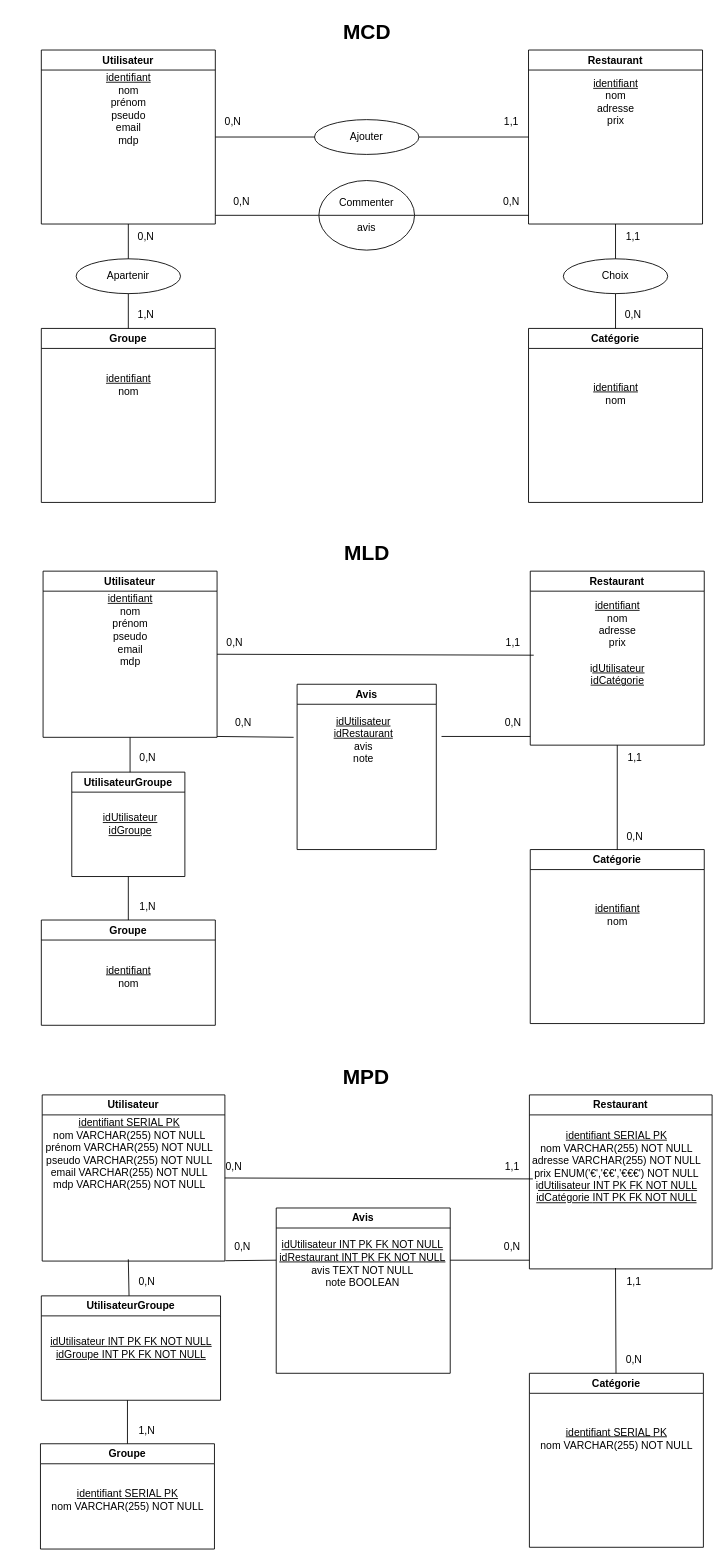
JeromeC7/LesRestoDesPotos keeps this draw.io diagram as filRouge.drawio. Above is the earlier version. Source tidied: cells renumbered, new cells numbered last; positions are measured from the earlier drawing's top-left corner, leaving out a move shared by most shapes. Both pictures are drawn from the tidied source at 87%, with x=0, y=0 at pixel (33, 15).
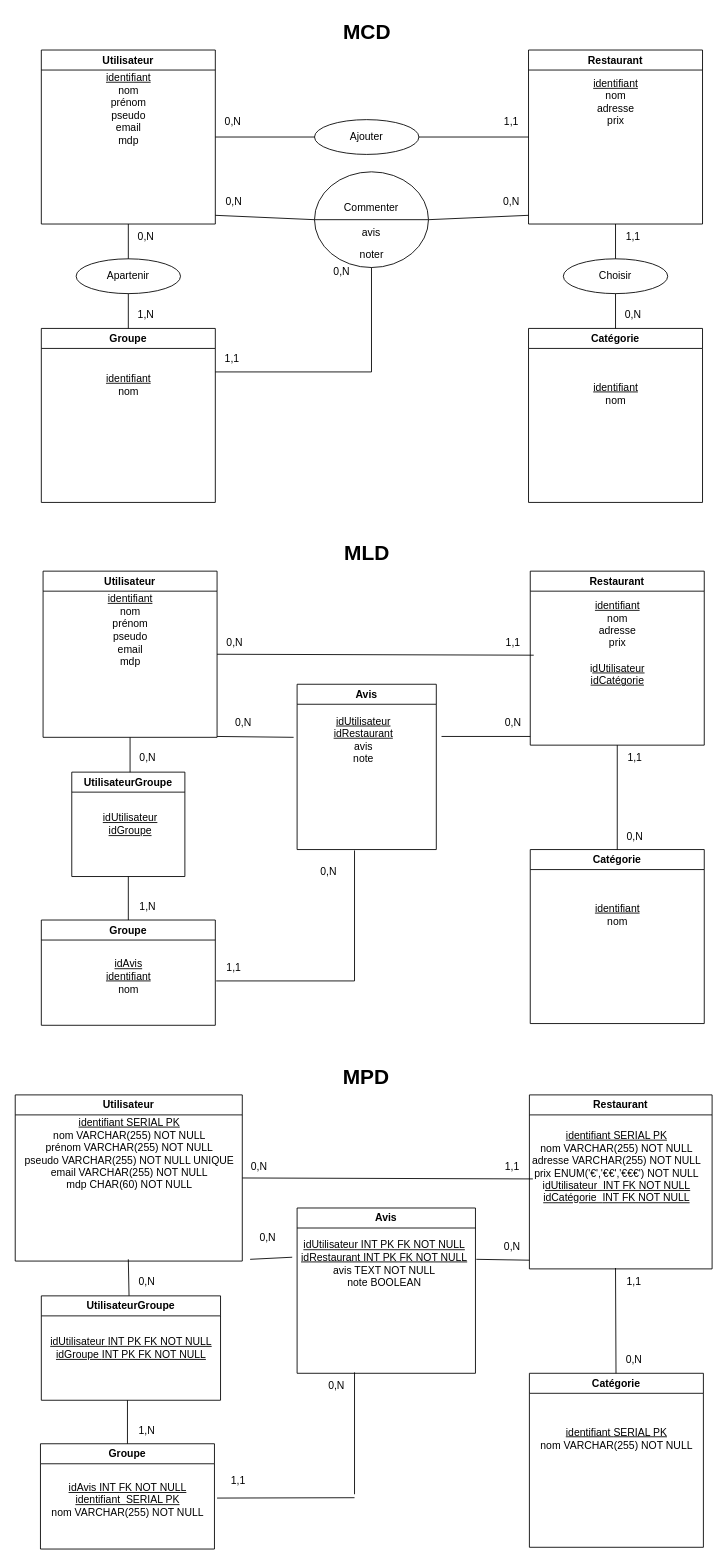
The same page after the edit.

Commit message:
Mettre à jour filRouge.drawio

The change refers to these unchanged cells:
```xml
<mxCell id="24" value="Groupe" style="swimlane;whiteSpace=wrap;html=1;" parent="1" vertex="1">
  <mxGeometry x="9" y="360" width="200" height="200" as="geometry" />
</mxCell>
<mxCell id="47" value="Groupe" style="swimlane;whiteSpace=wrap;html=1;" parent="1" vertex="1">
  <mxGeometry x="9" y="1040" width="200" height="121" as="geometry" />
</mxCell>
<mxCell id="60" value="Restaurant" style="swimlane;whiteSpace=wrap;html=1;" parent="1" vertex="1">
  <mxGeometry x="570" y="1241" width="210" height="200" as="geometry" />
</mxCell>
<mxCell id="74" value="Groupe" style="swimlane;whiteSpace=wrap;html=1;" parent="1" vertex="1">
  <mxGeometry x="8" y="1642" width="200" height="121" as="geometry" />
</mxCell>
```

Diff of the diagram source:
```diff
@@
-    <mxCell id="11" value="Choix" style="ellipse;whiteSpace=wrap;html=1;" parent="1" vertex="1">
+    <mxCell id="11" value="Choisir" style="ellipse;whiteSpace=wrap;html=1;" parent="1" vertex="1">
       <mxGeometry x="609" y="280" width="120" height="40" as="geometry" />
     </mxCell>
@@
     <mxCell id="20" value="0,N" style="text;html=1;align=center;verticalAlign=middle;strokeColor=none;fillColor=none;" parent="1" vertex="1">
-      <mxGeometry x="219" y="200" width="40" height="30" as="geometry" />
+      <mxGeometry x="210" y="200" width="40" height="30" as="geometry" />
     </mxCell>
@@
     <mxCell id="22" value="Commenter&lt;br&gt;&lt;br&gt;avis" style="shape=lineEllipse;perimeter=ellipsePerimeter;whiteSpace=wrap;html=1;backgroundOutline=1;" parent="1" vertex="1">
-      <mxGeometry x="328" y="190" width="110" height="80" as="geometry" />
+      <mxGeometry x="323" y="180" width="131" height="110" as="geometry" />
     </mxCell>
@@
+    <mxCell id="85" style="edgeStyle=orthogonalEdgeStyle;rounded=0;jettySize=auto;html=1;exitX=1;exitY=0.25;exitDx=0;exitDy=0;entryX=0.5;entryY=1;entryDx=0;entryDy=0;endArrow=none;endFill=0;" parent="1" edge="1" source="24" target="22">
+      <mxGeometry relative="1" as="geometry" />
+    </mxCell>
@@
-    <mxCell id="48" value="&lt;u&gt;identifiant&lt;/u&gt;&lt;br&gt;nom&lt;br&gt;" style="text;html=1;align=center;verticalAlign=middle;strokeColor=none;fillColor=none;" parent="47" vertex="1">
-      <mxGeometry x="65" y="45" width="70" height="40" as="geometry" />
+    <mxCell id="48" value="&lt;u&gt;idAvis&lt;br&gt;identifiant&lt;/u&gt;&lt;br&gt; nom" style="text;html=1;align=center;verticalAlign=middle;strokeColor=none;fillColor=none;" parent="47" vertex="1">
+      <mxGeometry x="65" y="35" width="70" height="60" as="geometry" />
     </mxCell>
@@
     <mxCell id="58" value="Utilisateur" style="swimlane;whiteSpace=wrap;html=1;" parent="1" vertex="1">
-      <mxGeometry x="10" y="1241" width="210" height="191" as="geometry" />
+      <mxGeometry x="-21" y="1241" width="261" height="191" as="geometry" />
     </mxCell>
-    <mxCell id="59" value="&lt;u&gt;identifiant SERIAL PK&lt;/u&gt;&lt;br&gt;nom VARCHAR(255) NOT NULL&lt;br&gt;prénom VARCHAR(255) NOT NULL&lt;br&gt;pseudo VARCHAR(255) NOT NULL&lt;br&gt;email VARCHAR(255) NOT NULL&lt;br&gt;mdp VARCHAR(255) NOT NULL" style="text;html=1;align=center;verticalAlign=middle;strokeColor=none;fillColor=none;" parent="58" vertex="1">
-      <mxGeometry x="-10" y="18" width="220" height="100" as="geometry" />
+    <mxCell id="59" value="&lt;u&gt;identifiant SERIAL PK&lt;/u&gt;&lt;br&gt; nom VARCHAR(255) NOT NULL &lt;br&gt;prénom VARCHAR(255) NOT NULL &lt;br&gt;pseudo VARCHAR(255) NOT NULL UNIQUE&lt;br&gt;email VARCHAR(255) NOT NULL &lt;br&gt;mdp CHAR(60) NOT NULL" style="text;html=1;align=center;verticalAlign=middle;strokeColor=none;fillColor=none;" parent="58" vertex="1">
+      <mxGeometry x="1" y="18" width="260" height="100" as="geometry" />
     </mxCell>
@@
-    <mxCell id="61" value="&lt;u&gt;identifiant SERIAL PK&lt;/u&gt;&lt;br&gt;nom VARCHAR(255) NOT NULL&lt;br&gt;adresse VARCHAR(255) NOT NULL&lt;br&gt;prix ENUM('€','€€','€€€') NOT NULL&lt;br&gt;i&lt;u&gt;dUtilisateur&amp;nbsp;&lt;/u&gt;&lt;u style=&quot;border-color: var(--border-color);&quot;&gt;INT PK FK NOT NULL&lt;/u&gt;&lt;u&gt;&lt;br&gt;idCatégorie&amp;nbsp;&lt;/u&gt;&lt;u style=&quot;border-color: var(--border-color);&quot;&gt;INT PK FK NOT NULL&lt;/u&gt;" style="text;html=1;align=center;verticalAlign=middle;strokeColor=none;fillColor=none;" parent="60" vertex="1">
+    <mxCell id="61" value="&lt;u&gt;identifiant SERIAL PK&lt;/u&gt;&lt;br&gt; nom VARCHAR(255) NOT NULL &lt;br&gt;adresse VARCHAR(255) NOT NULL &lt;br&gt;prix ENUM('€','€€','€€€') NOT NULL &lt;br&gt;i&lt;u&gt;dUtilisateur&amp;nbsp;  &lt;/u&gt;&lt;u style=&quot;border-color: var(--border-color);&quot;&gt;INT FK NOT NULL &lt;/u&gt;&lt;u&gt;&lt;br&gt;idCatégorie&amp;nbsp;  &lt;/u&gt;&lt;u style=&quot;border-color: var(--border-color);&quot;&gt;INT FK NOT NULL&lt;/u&gt;" style="text;html=1;align=center;verticalAlign=middle;strokeColor=none;fillColor=none;" parent="60" vertex="1">
       <mxGeometry x="-10" y="33" width="220" height="100" as="geometry" />
     </mxCell>
@@
-    <mxCell id="66" style="endArrow=none;html=1;rounded=0;exitX=0.015;exitY=1.02;exitDx=0;exitDy=0;exitPerimeter=0;" parent="1" edge="1" source="72">
+    <mxCell id="66" style="endArrow=none;html=1;rounded=0;entryX=-0.003;entryY=0.394;entryDx=0;entryDy=0;entryPerimeter=0;" parent="1" edge="1" target="82">
       <mxGeometry relative="1" as="geometry">
-        <mxPoint x="279" y="1431" as="targetPoint" />
+        <mxPoint x="249" y="1430" as="sourcePoint" />
       </mxGeometry>
     </mxCell>
     <mxCell id="67" style="endArrow=none;html=1;rounded=0;" parent="1" edge="1">
       <mxGeometry relative="1" as="geometry">
-        <mxPoint x="479" y="1431" as="sourcePoint" />
+        <mxPoint x="509" y="1430" as="sourcePoint" />
         <mxPoint x="570" y="1431" as="targetPoint" />
       </mxGeometry>
     </mxCell>
     <mxCell id="68" value="0,N" style="text;html=1;align=center;verticalAlign=middle;strokeColor=none;fillColor=none;" parent="1" vertex="1">
-      <mxGeometry x="210" y="1309" width="40" height="30" as="geometry" />
+      <mxGeometry x="239" y="1309" width="40" height="30" as="geometry" />
     </mxCell>
@@
     <mxCell id="72" value="0,N" style="text;html=1;align=center;verticalAlign=middle;points=[];strokeColor=none;fillColor=none;" parent="1" vertex="1">
-      <mxGeometry x="220" y="1401" width="40" height="30" as="geometry" />
+      <mxGeometry x="249" y="1390" width="40" height="30" as="geometry" />
     </mxCell>
@@
-    <mxCell id="75" value="&lt;u&gt;identifiant&amp;nbsp;&lt;/u&gt;&lt;u style=&quot;border-color: var(--border-color);&quot;&gt;SERIAL PK&lt;/u&gt;&lt;br&gt;nom VARCHAR(255) NOT NULL" style="text;html=1;align=center;verticalAlign=middle;points=[];strokeColor=none;fillColor=none;" parent="74" vertex="1">
-      <mxGeometry y="45" width="200" height="40" as="geometry" />
+    <mxCell id="75" value="&lt;u&gt;idAvis INT FK NOT NULL&lt;br&gt;identifiant&amp;nbsp; &lt;/u&gt;&lt;u style=&quot;border-color: var(--border-color);&quot;&gt;SERIAL PK&lt;/u&gt;&lt;br&gt; nom VARCHAR(255) NOT NULL" style="text;html=1;align=center;verticalAlign=middle;points=[];strokeColor=none;fillColor=none;" parent="74" vertex="1">
+      <mxGeometry y="35" width="200" height="60" as="geometry" />
     </mxCell>
@@
     <mxCell id="81" value="Avis" style="swimlane;whiteSpace=wrap;html=1;" parent="1" vertex="1">
-      <mxGeometry x="279" y="1371" width="200" height="190" as="geometry" />
+      <mxGeometry x="303" y="1371" width="205" height="190" as="geometry" />
     </mxCell>
-    <mxCell id="82" value="&lt;u&gt;idUtilisateur INT PK FK NOT NULL&lt;/u&gt;&lt;br&gt;&lt;u&gt;idRestaurant&amp;nbsp;&lt;/u&gt;&lt;u style=&quot;border-color: var(--border-color);&quot;&gt;INT PK FK NOT NULL&lt;/u&gt;&lt;u&gt;&lt;br&gt;&lt;/u&gt;avis TEXT NOT NULL&lt;br&gt;note BOOLEAN" style="text;html=1;align=center;verticalAlign=middle;points=[];strokeColor=none;fillColor=none;" parent="1" vertex="1">
-      <mxGeometry x="273" y="1400" width="210" height="70" as="geometry" />
+    <mxCell id="82" value="&lt;u&gt;idUtilisateur INT PK FK NOT NULL&lt;/u&gt;&lt;br&gt;&lt;u&gt;idRestaurant&amp;nbsp;&lt;/u&gt;&lt;u style=&quot;border-color: var(--border-color);&quot;&gt;INT PK FK NOT NULL&lt;/u&gt;&lt;u&gt;&lt;br&gt;&lt;/u&gt;avis TEXT NOT NULL&lt;br&gt;note BOOLEAN" style="text;html=1;align=center;verticalAlign=middle;points=[];strokeColor=none;fillColor=none;" parent="81" vertex="1">
+      <mxGeometry x="-5" y="29" width="210" height="70" as="geometry" />
     </mxCell>
@@
+    <mxCell id="86" value="1,1" style="text;html=1;align=center;verticalAlign=middle;strokeColor=none;fillColor=none;" parent="1" vertex="1">
+      <mxGeometry x="208" y="380" width="40" height="30" as="geometry" />
+    </mxCell>
+    <mxCell id="87" value="0,N" style="text;html=1;align=center;verticalAlign=middle;strokeColor=none;fillColor=none;" parent="1" vertex="1">
+      <mxGeometry x="334" y="280" width="40" height="30" as="geometry" />
+    </mxCell>
+    <mxCell id="88" style="endArrow=none;html=1;rounded=0;" parent="1" edge="1">
+      <mxGeometry relative="1" as="geometry">
+        <mxPoint x="210" y="1110" as="sourcePoint" />
+        <mxPoint x="369" y="1110" as="targetPoint" />
+      </mxGeometry>
+    </mxCell>
+    <mxCell id="89" style="endArrow=none;html=1;rounded=0;" parent="1" edge="1">
+      <mxGeometry relative="1" as="geometry">
+        <mxPoint x="369" y="1110" as="sourcePoint" />
+        <mxPoint x="369" y="960" as="targetPoint" />
+      </mxGeometry>
+    </mxCell>
+    <mxCell id="90" value="0,N" style="text;html=1;align=center;verticalAlign=middle;strokeColor=none;fillColor=none;" parent="1" vertex="1">
+      <mxGeometry x="319" y="970" width="40" height="30" as="geometry" />
+    </mxCell>
+    <mxCell id="91" value="1,1" style="text;html=1;align=center;verticalAlign=middle;strokeColor=none;fillColor=none;" parent="1" vertex="1">
+      <mxGeometry x="210" y="1080" width="40" height="30" as="geometry" />
+    </mxCell>
+    <mxCell id="92" style="endArrow=none;html=1;rounded=0;exitX=1.015;exitY=0.457;exitDx=0;exitDy=0;exitPerimeter=0;" parent="1" edge="1" source="75">
+      <mxGeometry relative="1" as="geometry">
+        <mxPoint x="369" y="1704" as="targetPoint" />
+      </mxGeometry>
+    </mxCell>
+    <mxCell id="93" style="endArrow=none;html=1;rounded=0;" parent="1" edge="1">
+      <mxGeometry relative="1" as="geometry">
+        <mxPoint x="369" y="1700" as="sourcePoint" />
+        <mxPoint x="369" y="1560" as="targetPoint" />
+      </mxGeometry>
+    </mxCell>
+    <mxCell id="94" value="1,1" style="text;html=1;align=center;verticalAlign=middle;strokeColor=none;fillColor=none;" parent="1" vertex="1">
+      <mxGeometry x="215" y="1670" width="40" height="30" as="geometry" />
+    </mxCell>
+    <mxCell id="95" value="0,N" style="text;html=1;align=center;verticalAlign=middle;strokeColor=none;fillColor=none;" parent="1" vertex="1">
+      <mxGeometry x="328" y="1561" width="40" height="30" as="geometry" />
+    </mxCell>
+    <mxCell id="96" value="noter" style="text;strokeColor=none;align=center;fillColor=none;html=1;verticalAlign=middle;whiteSpace=wrap;rounded=0;" parent="1" vertex="1">
+      <mxGeometry x="359" y="260" width="60" height="30" as="geometry" />
+    </mxCell>
```
